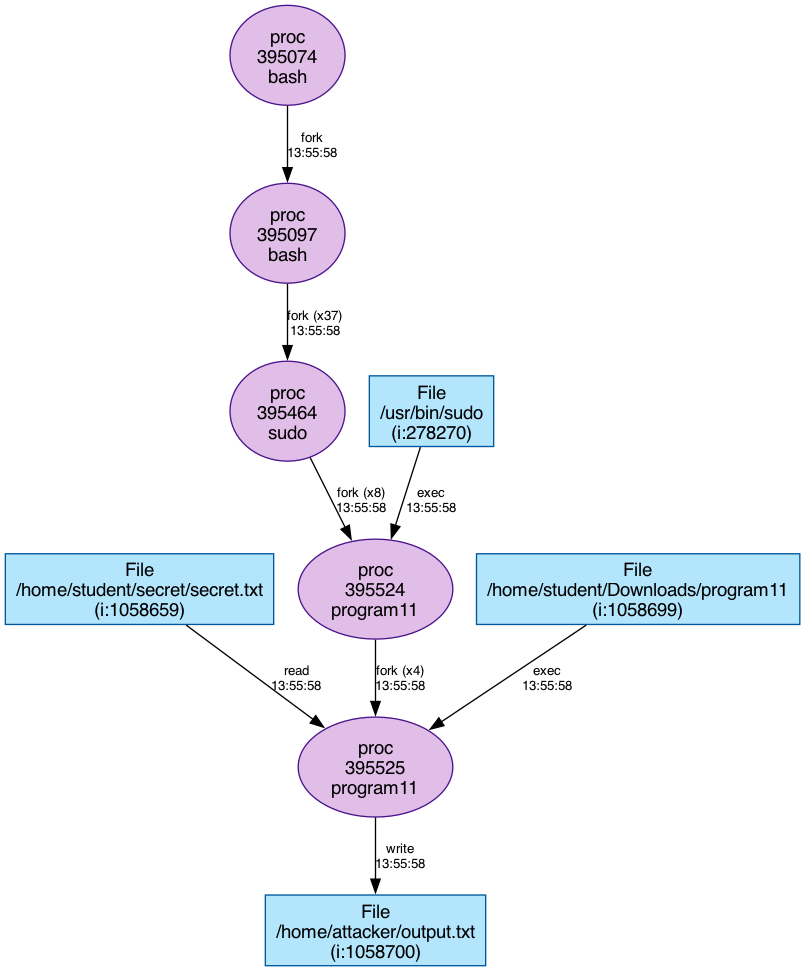
Before: reports/backward/backward_274.png, a diagram exported from Graphviz (return2faye/beattracker). Its source is kept beside it as reports/backward/backward_274.dot.
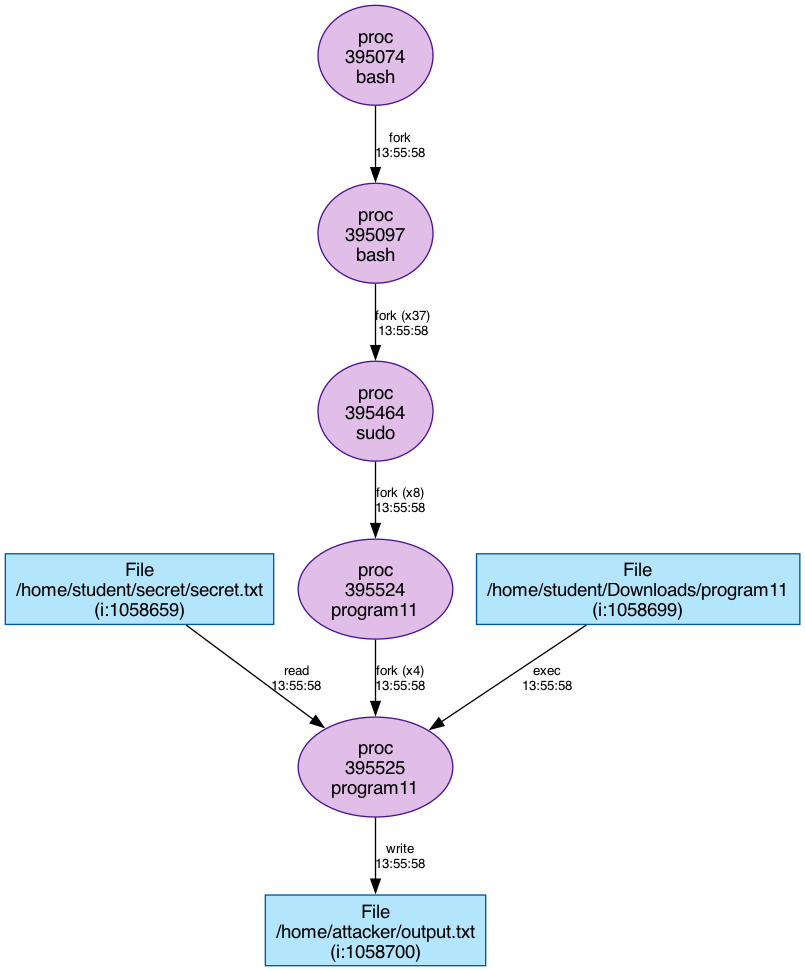
Later version of the same file.

Commit message:
remove sudo file in diagram

What changed in the source:
```diff
@@ -7,7 +7,6 @@
   "proc_395524" [label="proc\n395524\nprogram11", shape=ellipse, style="filled", fillcolor="#E1BEE7", color="#4A148C"];
   "file_1058699" [label="File\n/home/student/Downloads/program11\n(i:1058699)", shape=box, style="filled", fillcolor="#B3E5FC", color="#01579B"];
   "proc_395464" [label="proc\n395464\nsudo", shape=ellipse, style="filled", fillcolor="#E1BEE7", color="#4A148C"];
-  "file_278270" [label="File\n/usr/bin/sudo\n(i:278270)", shape=box, style="filled", fillcolor="#B3E5FC", color="#01579B"];
   "proc_395097" [label="proc\n395097\nbash", shape=ellipse, style="filled", fillcolor="#E1BEE7", color="#4A148C"];
   "proc_395074" [label="proc\n395074\nbash", shape=ellipse, style="filled", fillcolor="#E1BEE7", color="#4A148C"];
   "file_1058700" [label="File\n/home/attacker/output.txt\n(i:1058700)", shape=box, style="filled", fillcolor="#B3E5FC", color="#01579B"];
@@ -15,7 +14,6 @@
   "proc_395524" -> "proc_395525" [label="fork (x4)\n13:55:58"];
   "file_1058699" -> "proc_395525" [label="exec\n13:55:58"];
   "proc_395464" -> "proc_395524" [label="fork (x8)\n13:55:58"];
-  "file_278270" -> "proc_395524" [label="exec\n13:55:58"];
   "proc_395097" -> "proc_395464" [label="fork (x37)\n13:55:58"];
   "proc_395074" -> "proc_395097" [label="fork\n13:55:58"];
   "proc_395525" -> "file_1058700" [label="write\n13:55:58"];
```
